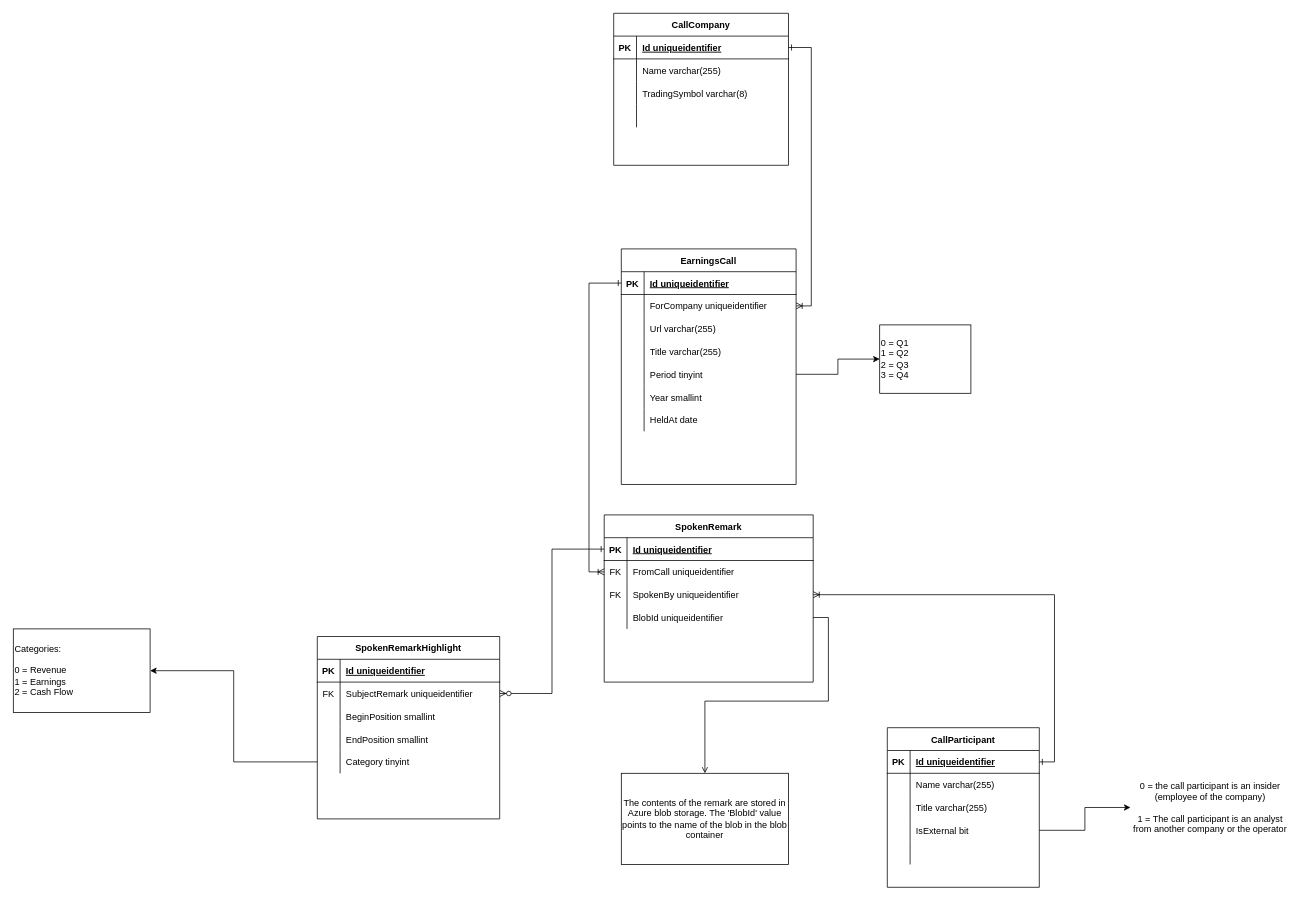
Above: page "Earnings Calls" (4 of 4) of AletheiaErd.drawio in TimHanewich/Aletheia-Engine-Library (draw.io), before the change. Source tidied: cells renumbered, new cells numbered last; positions are measured from the earlier drawing's top-left corner, leaving out a move shared by most shapes. Both pictures are drawn from the tidied source at 76%, with x=0, y=0 at pixel (13, 13).
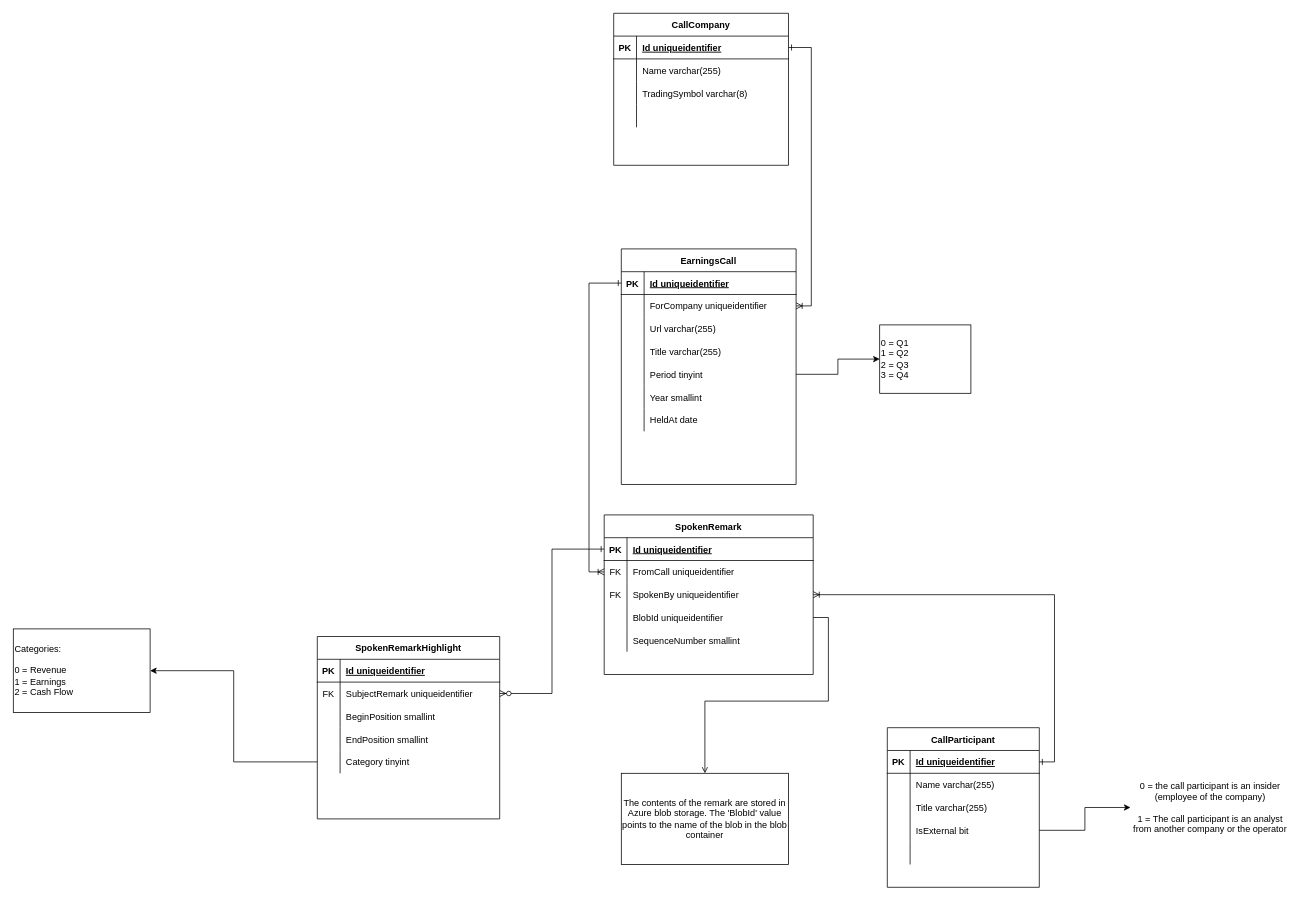
Above is the later version.

Commit message:
Added SequenceNumber to SpokenRemark table in ERD

Diff of the diagram source:
```diff
@@
     <mxCell id="53" value="SpokenRemark" style="shape=table;startSize=30;childLayout=tableLayout;rowLines=0;fontStyle=1;align=center;fillColor=none;" parent="1" vertex="1">
-      <mxGeometry x="777.5" y="660" width="275" height="220" as="geometry" />
+      <mxGeometry x="777.5" y="660" width="275" height="210" as="geometry" />
     </mxCell>
@@
+    <mxCell id="94" style="shape=partialRectangle;fillColor=none;top=0;left=0;bottom=0;right=0;" parent="53" vertex="1">
+      <mxGeometry y="150" width="275" height="30" as="geometry" />
+    </mxCell>
+    <mxCell id="95" style="shape=partialRectangle;fillColor=none;top=0;left=0;bottom=0;right=0;overflow=hidden;" parent="94" vertex="1">
+      <mxGeometry width="30" height="30" as="geometry" />
+    </mxCell>
+    <mxCell id="96" value="SequenceNumber smallint" style="shape=partialRectangle;fillColor=none;top=0;left=0;bottom=0;right=0;align=left;spacingLeft=6;overflow=hidden;" parent="94" vertex="1">
+      <mxGeometry x="30" width="245" height="30" as="geometry" />
+    </mxCell>
```
